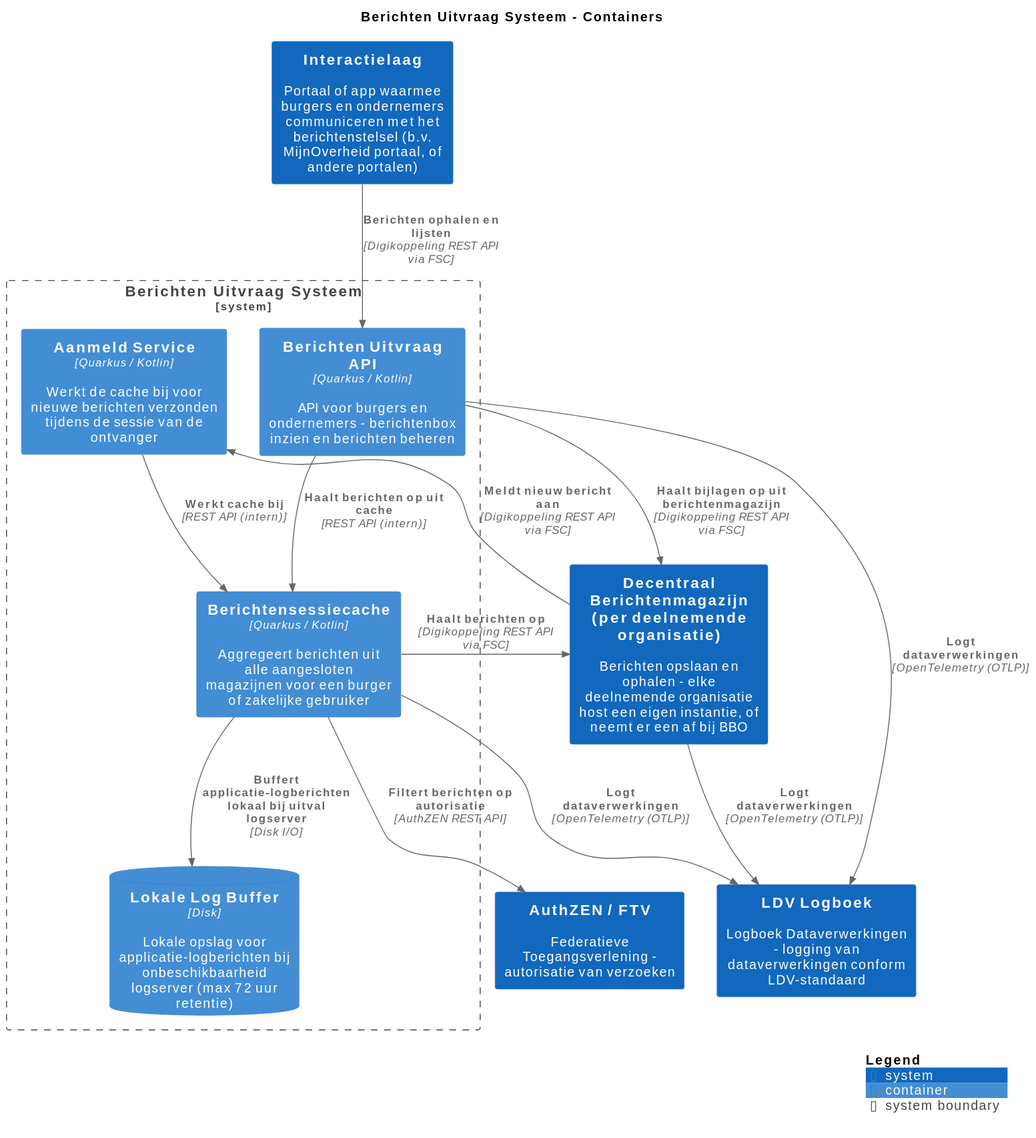
This is pr-preview/pr-16/master/svg/BerichtenUitvraagSysteemContainers.svg from MinBZK/moza-poc-fbs-berichtenbox, a PlantUML export, as it was before one commit. Its source is kept beside it as pr-preview/pr-16/master/puml/BerichtenUitvraagSysteemContainers.puml.
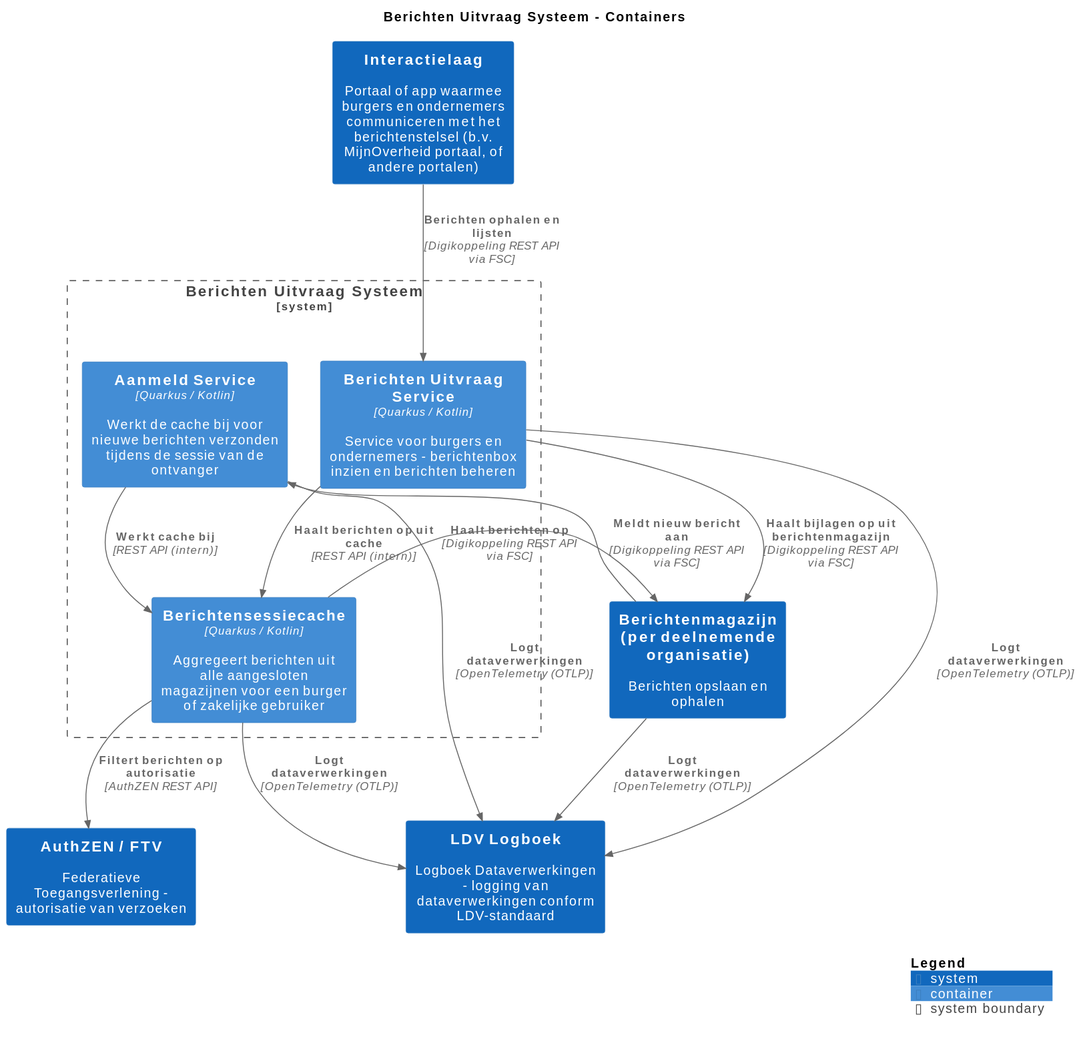
The same file after the commit.

Change to the diagram source:
```diff
@@ -10,27 +10,26 @@
 
 System(AuthZENFTV, "AuthZEN / FTV", $descr="Federatieve Toegangsverlening - autorisatie van verzoeken", $tags="", $link="")
 System(Interactielaag, "Interactielaag", $descr="Portaal of app waarmee burgers en ondernemers communiceren met het berichtenstelsel (b.v. MijnOverheid portaal, of andere portalen)", $tags="", $link="")
-System(DecentraalBerichtenmagazijnperdeelnemendeorganisatie, "Decentraal Berichtenmagazijn (per deelnemende organisatie)", $descr="Berichten opslaan en ophalen - elke deelnemende organisatie host een eigen instantie, of neemt er een af bij BBO", $tags="", $link="")
+System(Berichtenmagazijnperdeelnemendeorganisatie, "Berichtenmagazijn (per deelnemende organisatie)", $descr="Berichten opslaan en ophalen", $tags="", $link="")
 System(LDVLogboek, "LDV Logboek", $descr="Logboek Dataverwerkingen - logging van dataverwerkingen conform LDV-standaard", $tags="", $link="")
 
 System_Boundary("BerichtenUitvraagSysteem_boundary", "Berichten Uitvraag Systeem", $tags="") {
-  ContainerDb(BerichtenUitvraagSysteem.LokaleLogBuffer, "Lokale Log Buffer", $techn="Disk", $descr="Lokale opslag voor applicatie-logberichten bij onbeschikbaarheid logserver (max 72 uur retentie)", $tags="", $link="")
   Container(BerichtenUitvraagSysteem.Berichtensessiecache, "Berichtensessiecache", $techn="Quarkus / Kotlin", $descr="Aggregeert berichten uit alle aangesloten magazijnen voor een burger of zakelijke gebruiker", $tags="", $link="")
-  Container(BerichtenUitvraagSysteem.BerichtenUitvraagAPI, "Berichten Uitvraag API", $techn="Quarkus / Kotlin", $descr="API voor burgers en ondernemers - berichtenbox inzien en berichten beheren", $tags="", $link="")
+  Container(BerichtenUitvraagSysteem.BerichtenUitvraagService, "Berichten Uitvraag Service", $techn="Quarkus / Kotlin", $descr="Service voor burgers en ondernemers - berichtenbox inzien en berichten beheren", $tags="", $link="")
   Container(BerichtenUitvraagSysteem.AanmeldService, "Aanmeld Service", $techn="Quarkus / Kotlin", $descr="Werkt de cache bij voor nieuwe berichten verzonden tijdens de sessie van de ontvanger", $tags="", $link="")
 }
 
 Rel(BerichtenUitvraagSysteem.Berichtensessiecache, LDVLogboek, "Logt dataverwerkingen", $techn="OpenTelemetry (OTLP)", $tags="", $link="")
-Rel(BerichtenUitvraagSysteem.BerichtenUitvraagAPI, LDVLogboek, "Logt dataverwerkingen", $techn="OpenTelemetry (OTLP)", $tags="", $link="")
+Rel(BerichtenUitvraagSysteem.AanmeldService, LDVLogboek, "Logt dataverwerkingen", $techn="OpenTelemetry (OTLP)", $tags="", $link="")
+Rel(BerichtenUitvraagSysteem.BerichtenUitvraagService, LDVLogboek, "Logt dataverwerkingen", $techn="OpenTelemetry (OTLP)", $tags="", $link="")
 Rel(BerichtenUitvraagSysteem.AanmeldService, BerichtenUitvraagSysteem.Berichtensessiecache, "Werkt cache bij", $techn="REST API (intern)", $tags="", $link="")
-Rel(BerichtenUitvraagSysteem.BerichtenUitvraagAPI, BerichtenUitvraagSysteem.Berichtensessiecache, "Haalt berichten op uit cache", $techn="REST API (intern)", $tags="", $link="")
-Rel(BerichtenUitvraagSysteem.Berichtensessiecache, BerichtenUitvraagSysteem.LokaleLogBuffer, "Buffert applicatie-logberichten lokaal bij uitval logserver", $techn="Disk I/O", $tags="", $link="")
-Rel(Interactielaag, BerichtenUitvraagSysteem.BerichtenUitvraagAPI, "Berichten ophalen en lijsten", $techn="Digikoppeling REST API via FSC", $tags="", $link="")
-Rel(BerichtenUitvraagSysteem.BerichtenUitvraagAPI, DecentraalBerichtenmagazijnperdeelnemendeorganisatie, "Haalt bijlagen op uit berichtenmagazijn", $techn="Digikoppeling REST API via FSC", $tags="", $link="")
-Rel(DecentraalBerichtenmagazijnperdeelnemendeorganisatie, BerichtenUitvraagSysteem.AanmeldService, "Meldt nieuw bericht aan", $techn="Digikoppeling REST API via FSC", $tags="", $link="")
+Rel(BerichtenUitvraagSysteem.BerichtenUitvraagService, BerichtenUitvraagSysteem.Berichtensessiecache, "Haalt berichten op uit cache", $techn="REST API (intern)", $tags="", $link="")
+Rel(Interactielaag, BerichtenUitvraagSysteem.BerichtenUitvraagService, "Berichten ophalen en lijsten", $techn="Digikoppeling REST API via FSC", $tags="", $link="")
+Rel(BerichtenUitvraagSysteem.BerichtenUitvraagService, Berichtenmagazijnperdeelnemendeorganisatie, "Haalt bijlagen op uit berichtenmagazijn", $techn="Digikoppeling REST API via FSC", $tags="", $link="")
+Rel(Berichtenmagazijnperdeelnemendeorganisatie, BerichtenUitvraagSysteem.AanmeldService, "Meldt nieuw bericht aan", $techn="Digikoppeling REST API via FSC", $tags="", $link="")
 Rel(BerichtenUitvraagSysteem.Berichtensessiecache, AuthZENFTV, "Filtert berichten op autorisatie", $techn="AuthZEN REST API", $tags="", $link="")
-Rel(BerichtenUitvraagSysteem.Berichtensessiecache, DecentraalBerichtenmagazijnperdeelnemendeorganisatie, "Haalt berichten op", $techn="Digikoppeling REST API via FSC", $tags="", $link="")
-Rel(DecentraalBerichtenmagazijnperdeelnemendeorganisatie, LDVLogboek, "Logt dataverwerkingen", $techn="OpenTelemetry (OTLP)", $tags="", $link="")
+Rel(BerichtenUitvraagSysteem.Berichtensessiecache, Berichtenmagazijnperdeelnemendeorganisatie, "Haalt berichten op", $techn="Digikoppeling REST API via FSC", $tags="", $link="")
+Rel(Berichtenmagazijnperdeelnemendeorganisatie, LDVLogboek, "Logt dataverwerkingen", $techn="OpenTelemetry (OTLP)", $tags="", $link="")
 
 SHOW_LEGEND(true)
 @enduml
```
